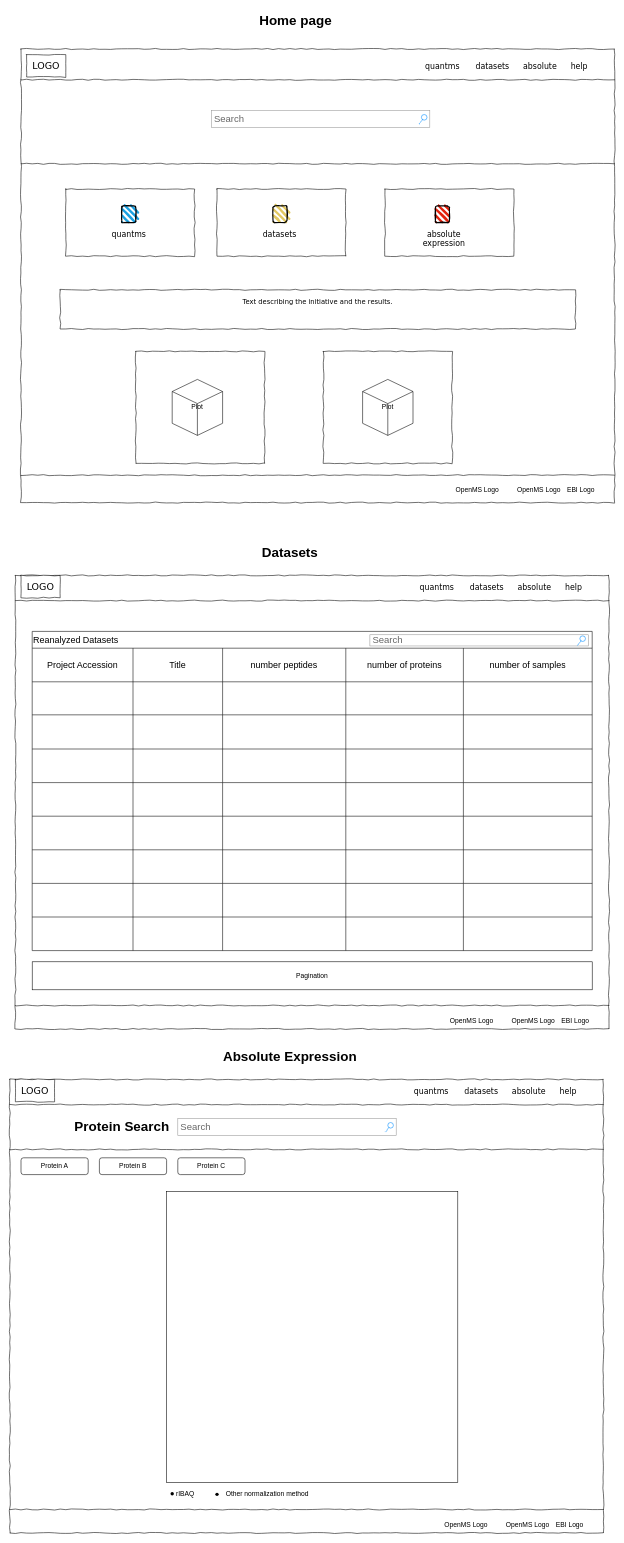
shabai517/quantms.org keeps this draw.io diagram as mockups/quantms.org.drawio. Above is the earlier version. Source tidied: cells renumbered, new cells numbered last; positions are measured from the earlier drawing's top-left corner, leaving out a move shared by most shapes. Both pictures are drawn from the tidied source at 56%, with x=0, y=0 at pixel (10, 10).
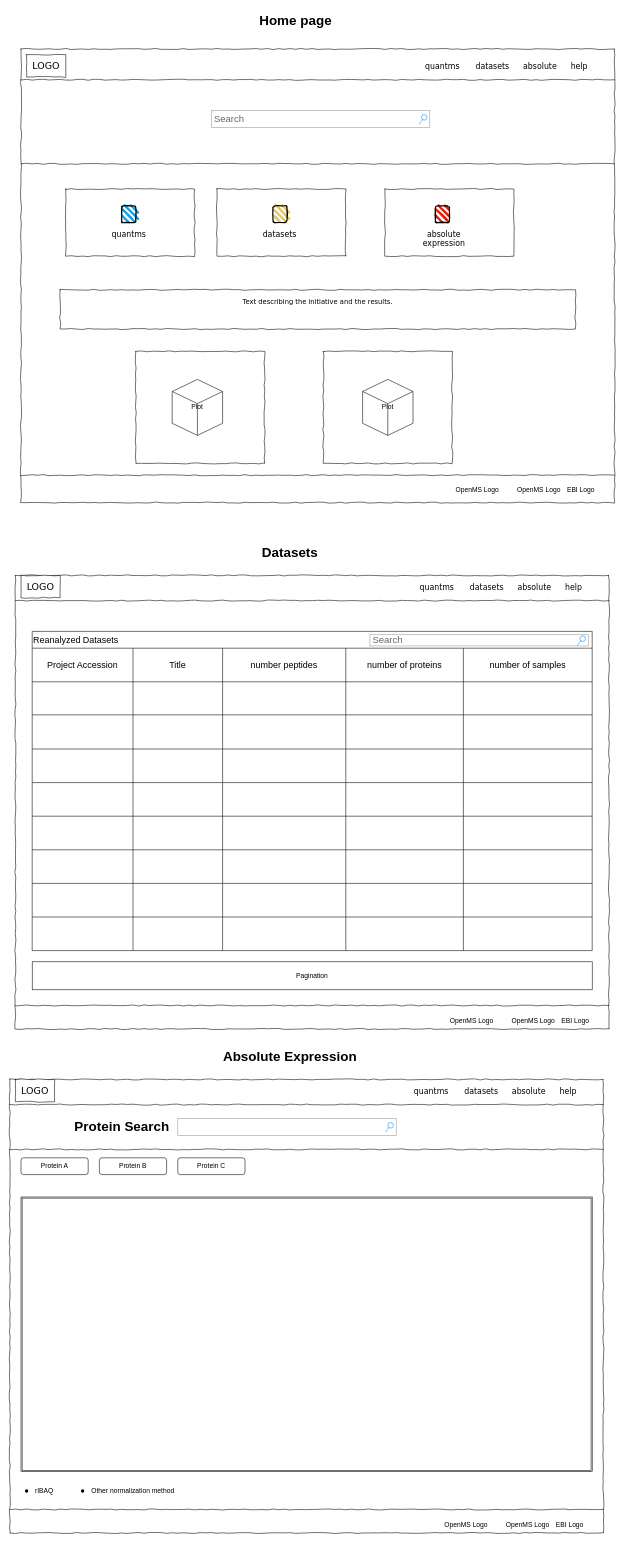
The same diagram, later.

Unchanged cells that the change refers to:
```xml
<mxCell id="108" style="group;" parent="1" vertex="1">
  <mxGeometry y="1910" width="1060" height="810" as="geometry" />
</mxCell>
```

The edit, as a diff of the source:
```diff
@@
-    <mxCell id="123" value="Search" style="strokeWidth=1;shadow=0;dashed=0;align=center;html=1;shape=mxgraph.mockup.forms.searchBox;strokeColor=#999999;mainText=;strokeColor2=#008cff;fontColor=#666666;fontSize=17;align=left;spacingLeft=3;rounded=0;labelBackgroundColor=none;comic=1;" parent="108" vertex="1">
+    <mxCell id="123" style="strokeWidth=1;shadow=0;dashed=0;align=center;html=1;shape=mxgraph.mockup.forms.searchBox;strokeColor=#999999;mainText=;strokeColor2=#008cff;fontColor=#666666;fontSize=17;align=left;spacingLeft=3;rounded=0;labelBackgroundColor=none;comic=1;" parent="108" vertex="1">
       <mxGeometry x="300" y="70" width="390" height="30" as="geometry" />
     </mxCell>
@@
-    <mxCell id="125" style="whiteSpace=wrap;html=1;" parent="108" vertex="1">
-      <mxGeometry x="280" y="200" width="520" height="520" as="geometry" />
-    </mxCell>
@@
     <mxCell id="129" style="shape=waypoint;sketch=0;fillStyle=solid;size=6;fillColor=none;perimeter=centerPerimeter;" parent="108" vertex="1">
-      <mxGeometry x="280" y="730" width="20" height="20" as="geometry" />
+      <mxGeometry x="20" y="725" width="20" height="20" as="geometry" />
     </mxCell>
     <mxCell id="130" value="&amp;nbsp;rIBAQ" style="text;html=1;strokeColor=none;fillColor=none;align=center;verticalAlign=middle;whiteSpace=wrap;rounded=0;" parent="108" vertex="1">
-      <mxGeometry x="282" y="726" width="60" height="30" as="geometry" />
+      <mxGeometry x="30" y="720" width="60" height="30" as="geometry" />
     </mxCell>
     <mxCell id="131" value="Other normalization method" style="text;html=1;strokeColor=none;fillColor=none;align=center;verticalAlign=middle;whiteSpace=wrap;rounded=0;" parent="108" vertex="1">
-      <mxGeometry x="350" y="726" width="220" height="30" as="geometry" />
+      <mxGeometry x="110" y="720" width="220" height="30" as="geometry" />
     </mxCell>
     <mxCell id="132" style="shape=waypoint;sketch=0;fillStyle=solid;size=6;fillColor=none;perimeter=centerPerimeter;" parent="108" vertex="1">
-      <mxGeometry x="360" y="731" width="20" height="20" as="geometry" />
+      <mxGeometry x="120" y="725" width="20" height="20" as="geometry" />
     </mxCell>
+    <mxCell id="133" style="shape=ext;double=1;rounded=0;whiteSpace=wrap;html=1;" parent="108" vertex="1">
+      <mxGeometry x="20" y="210" width="1020" height="490" as="geometry" />
+    </mxCell>
```
